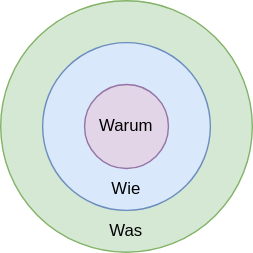
This is images/Golden_Circle_reduced.drawio.svg from mrossde/PE1_PE2, a draw.io export, as it was before one commit. Source tidied: cells renumbered, new cells last; positions are measured from the earlier drawing's top-left corner, leaving out a move shared by most shapes.
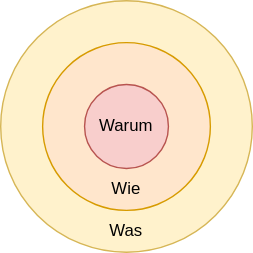
Above is the later version.

Diff of the diagram source:
```diff
@@ -2,13 +2,13 @@
   <root>
     <mxCell id="0" />
     <mxCell id="1" parent="0" />
-    <mxCell id="2" style="ellipse;whiteSpace=wrap;html=1;fillColor=#d5e8d4;strokeColor=#82b366;" parent="1" vertex="1">
+    <mxCell id="2" style="ellipse;whiteSpace=wrap;html=1;fillColor=#fff2cc;strokeColor=#d6b656;" parent="1" vertex="1">
       <mxGeometry width="180" height="180" as="geometry" />
     </mxCell>
-    <mxCell id="3" style="ellipse;whiteSpace=wrap;html=1;fillColor=#dae8fc;strokeColor=#6c8ebf;" parent="1" vertex="1">
+    <mxCell id="3" style="ellipse;whiteSpace=wrap;html=1;fillColor=#ffe6cc;strokeColor=#d79b00;" parent="1" vertex="1">
       <mxGeometry x="30" y="30" width="120" height="120" as="geometry" />
     </mxCell>
-    <mxCell id="4" style="ellipse;whiteSpace=wrap;html=1;fillColor=#e1d5e7;strokeColor=#9673a6;" parent="1" vertex="1">
+    <mxCell id="4" style="ellipse;whiteSpace=wrap;html=1;fillColor=#f8cecc;strokeColor=#b85450;" parent="1" vertex="1">
       <mxGeometry x="60" y="60" width="60" height="60" as="geometry" />
     </mxCell>
     <mxCell id="5" value="Warum" style="text;html=1;align=center;verticalAlign=middle;whiteSpace=wrap;rounded=0;" parent="1" vertex="1">
```
